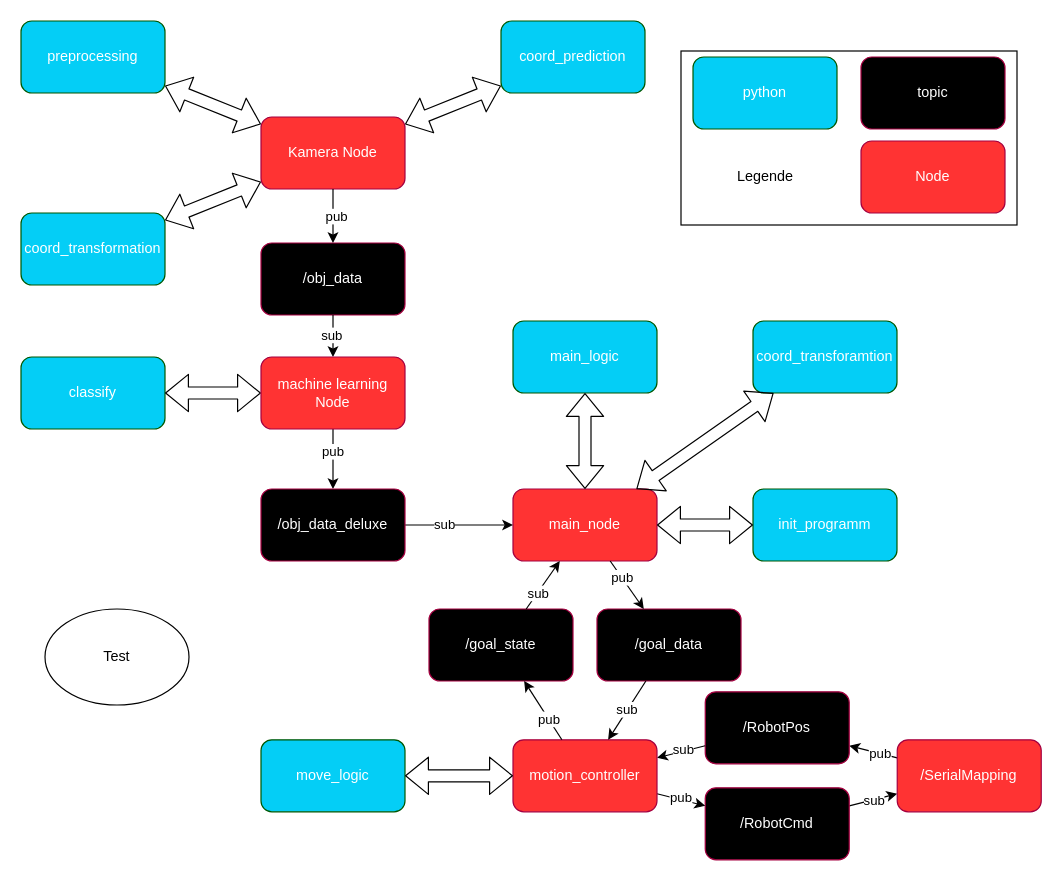
The draw.io diagram misc/SW_architecture_simple.drawio in ibinsandig/Portal-zur-Exmatrikulation, before the edit. Source tidied: cells renumbered, new cells numbered last; positions are measured from the earlier drawing's top-left corner, leaving out a move shared by most shapes. Both pictures are drawn from the tidied source at 120%, with x=0, y=0 at pixel (20, 20).
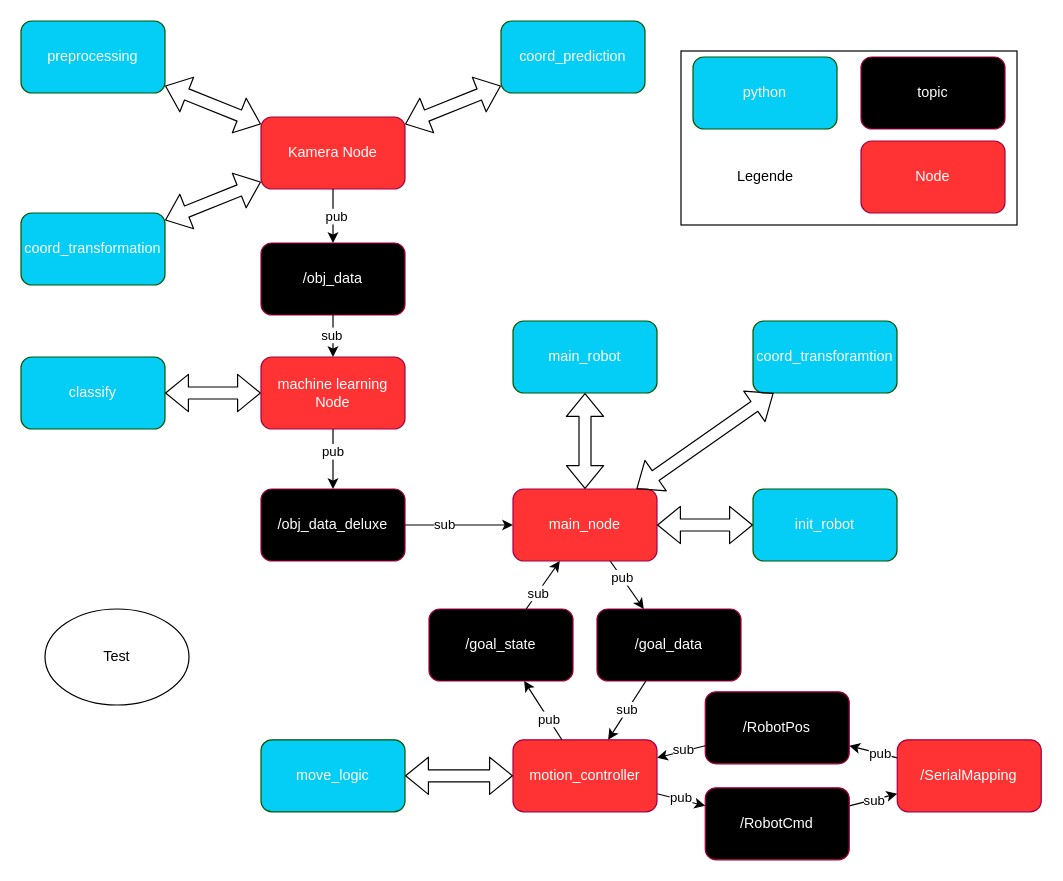
Above is the later version.

What changed in the source:
```diff
@@
-    <mxCell id="25" value="main_logic" style="rounded=1;whiteSpace=wrap;html=1;fillColor=light-dark(#04cef6, #43ba43);fontColor=#ffffff;strokeColor=#005700;" parent="1" vertex="1">
+    <mxCell id="25" value="main_robot" style="rounded=1;whiteSpace=wrap;html=1;fillColor=light-dark(#04cef6, #43ba43);fontColor=#ffffff;strokeColor=#005700;" parent="1" vertex="1">
       <mxGeometry x="410" y="250" width="120" height="60" as="geometry" />
     </mxCell>
@@
-    <mxCell id="38" value="init_programm" style="rounded=1;whiteSpace=wrap;html=1;fillColor=light-dark(#04cef6, #43ba43);fontColor=#ffffff;strokeColor=#005700;" parent="1" vertex="1">
+    <mxCell id="38" value="init_robot" style="rounded=1;whiteSpace=wrap;html=1;fillColor=light-dark(#04cef6, #43ba43);fontColor=#ffffff;strokeColor=#005700;" parent="1" vertex="1">
       <mxGeometry x="610" y="390" width="120" height="60" as="geometry" />
     </mxCell>
```
